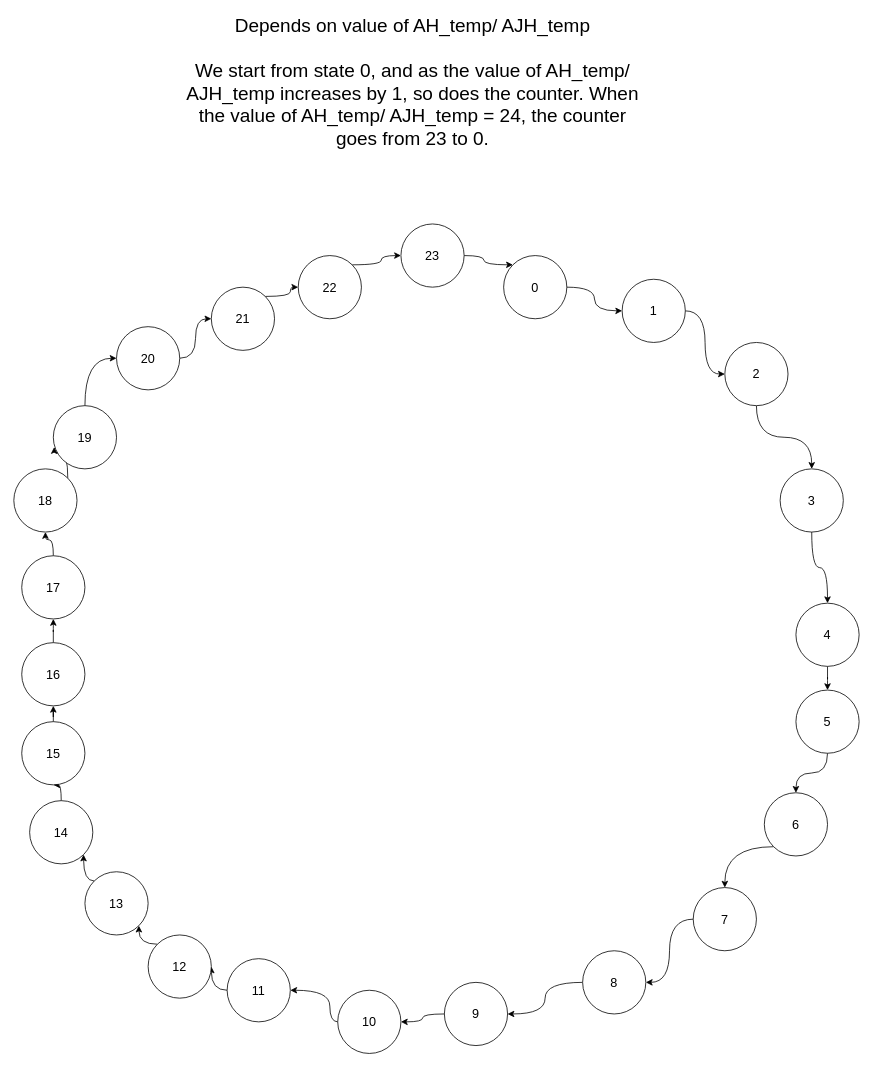
MagdElDinAhmed/DD1-Project2 keeps this draw.io diagram as page "FSM- Adjust" (7 of 7) of Block Diagram.drawio. Above is the earlier version. Source tidied: cells renumbered, new cells numbered last; positions are measured from the earlier drawing's top-left corner, leaving out a move shared by most shapes. Both pictures are drawn from the tidied source at 79%, with x=0, y=0 at pixel (13, 81).
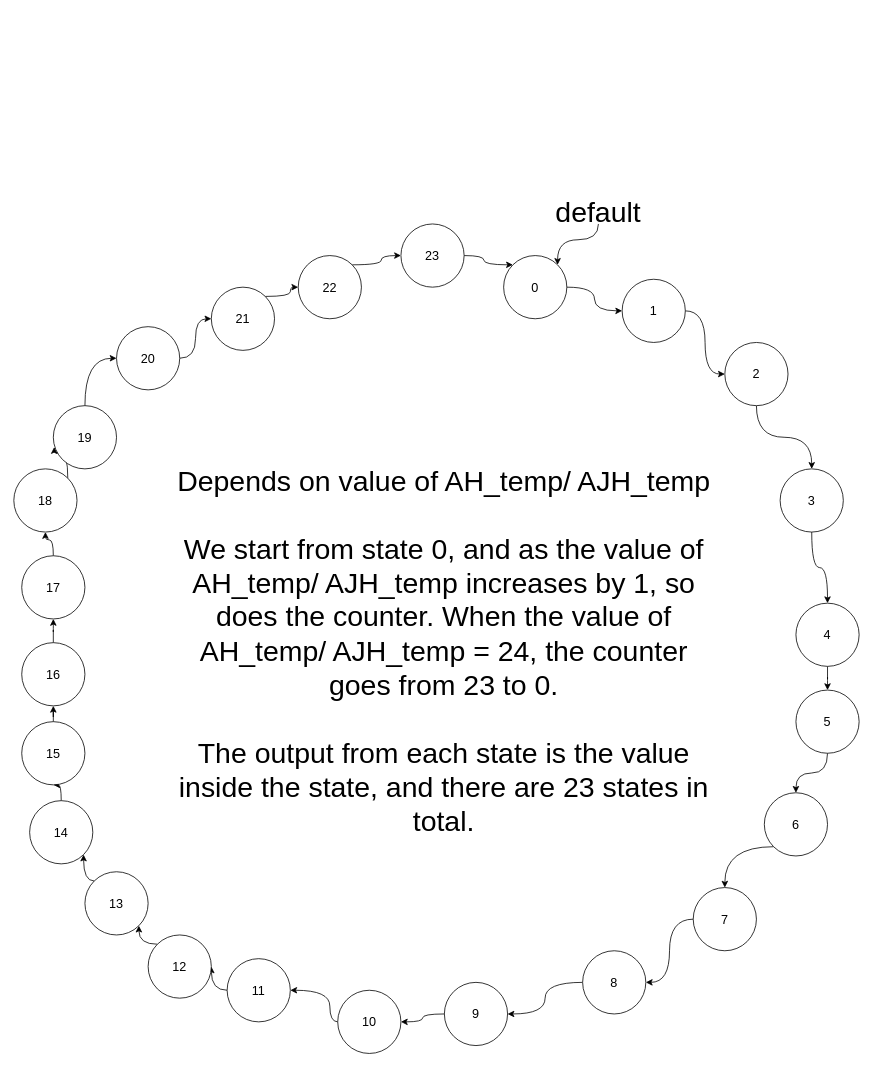
Above is the later version.

Unchanged cells that the change refers to:
```xml
<mxCell id="3" value="0" style="ellipse;whiteSpace=wrap;html=1;fontSize=16;" parent="1" vertex="1">
  <mxGeometry x="620" y="220" width="80" height="80" as="geometry" />
</mxCell>
```

Change to the diagram source:
```diff
@@
-    <mxCell id="50" value="&lt;font style=&quot;font-size: 24px;&quot;&gt;Depends on value of AH_temp/ AJH_temp&lt;br&gt;&lt;br&gt;We start from state 0, and as the value of AH_temp/ AJH_temp increases by 1, so does the counter. When the value of AH_temp/ AJH_temp = 24, the counter goes from 23 to 0.&lt;br&gt;&amp;nbsp;&lt;br&gt;&lt;/font&gt;" style="text;html=1;strokeColor=none;fillColor=none;align=center;verticalAlign=middle;whiteSpace=wrap;rounded=0;fontSize=16;" parent="1" vertex="1">
-      <mxGeometry x="210" width="590" height="30" as="geometry" />
+    <mxCell id="50" value="&lt;font style=&quot;&quot;&gt;&lt;font style=&quot;font-size: 36px;&quot;&gt;Depends on value of AH_temp/ AJH_temp&lt;br&gt;&lt;br&gt;We start from state 0, and as the value of AH_temp/ AJH_temp increases by 1, so does the counter. When the value of AH_temp/ AJH_temp = 24, the counter goes from 23 to 0.&lt;br&gt;&lt;br&gt;The output from each state is the value inside the state, and there are 23 states in total.&lt;/font&gt;&lt;br&gt;&lt;span style=&quot;font-size: 24px;&quot;&gt;&amp;nbsp;&lt;/span&gt;&lt;br&gt;&lt;/font&gt;" style="text;html=1;strokeColor=none;fillColor=none;align=center;verticalAlign=middle;whiteSpace=wrap;rounded=0;fontSize=16;" parent="1" vertex="1">
+      <mxGeometry x="202" y="720" width="685" height="30" as="geometry" />
     </mxCell>
+    <mxCell id="51" style="edgeStyle=orthogonalEdgeStyle;curved=1;jettySize=auto;html=1;exitX=0.5;exitY=1;exitDx=0;exitDy=0;entryX=1;entryY=0;entryDx=0;entryDy=0;fontSize=36;" parent="1" edge="1" source="52" target="3">
+      <mxGeometry relative="1" as="geometry" />
+    </mxCell>
+    <mxCell id="52" value="default" style="text;html=1;strokeColor=none;fillColor=none;align=center;verticalAlign=middle;whiteSpace=wrap;rounded=0;fontSize=36;" parent="1" vertex="1">
+      <mxGeometry x="710" y="150" width="60" height="30" as="geometry" />
+    </mxCell>
```
